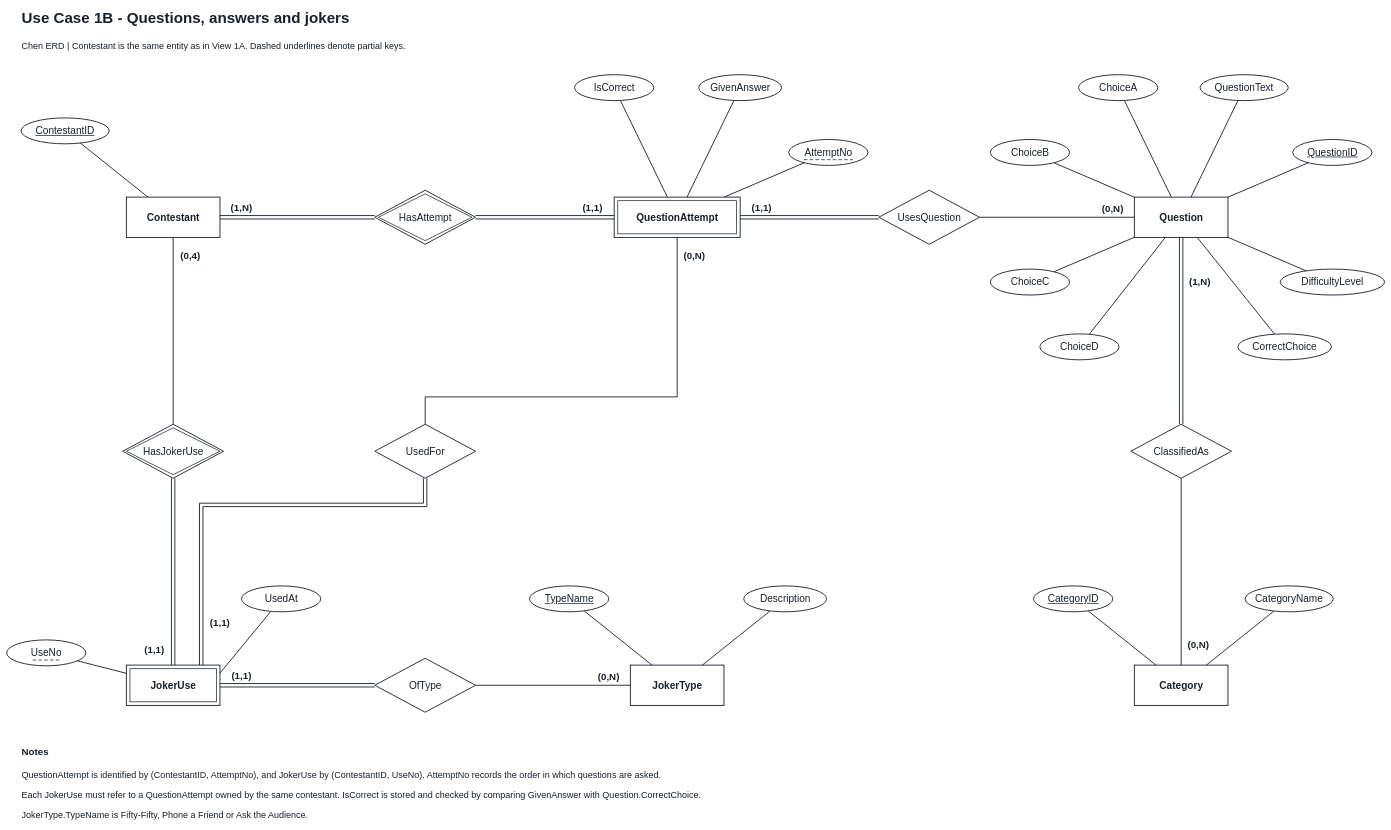
Above: page "Use Case 1B - Questions, answers and jokers" (2 of 8) of CNG351_Assignment1_Chen +gpt.drawio in Osmanita/cng-351-project-1 (draw.io), before the change. Source tidied: cells renumbered, new cells numbered last; positions are measured from the earlier drawing's top-left corner, leaving out a move shared by most shapes. Both pictures are drawn from the tidied source at 36%, with x=0, y=0 at pixel (6, 6).
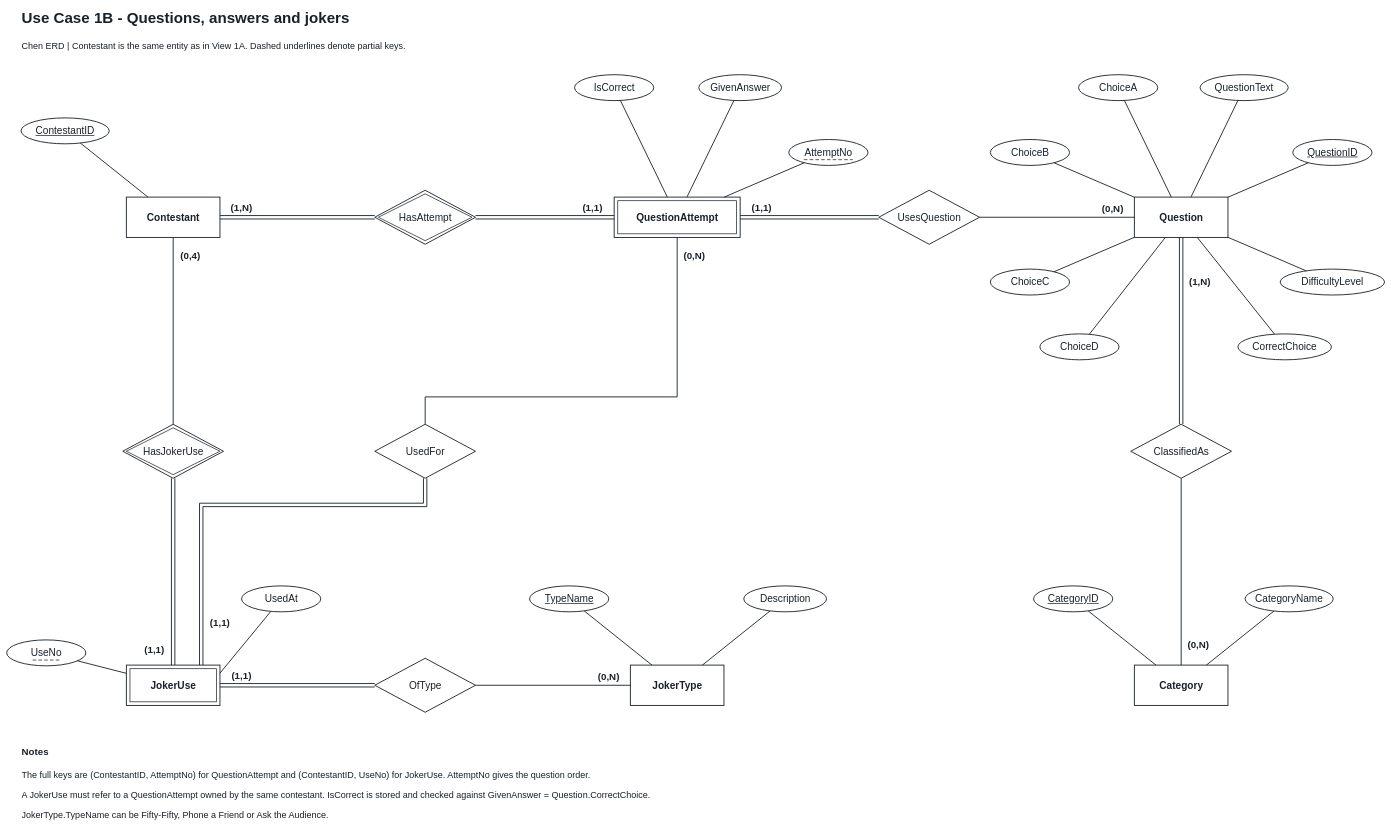
The same page after the edit.

Diff of the diagram source:
```diff
@@
-    <mxCell id="70" value="QuestionAttempt is identified by (ContestantID, AttemptNo), and JokerUse by (ContestantID, UseNo). AttemptNo records the order in which questions are asked." style="text;html=0;whiteSpace=wrap;overflow=hidden;align=left;verticalAlign=middle;fillColor=#ffffff;strokeColor=none;fontColor=#17212b;fontFamily=Arial;fontSize=25;" parent="1" vertex="1">
+    <mxCell id="70" value="The full keys are (ContestantID, AttemptNo) for QuestionAttempt and (ContestantID, UseNo) for JokerUse. AttemptNo gives the question order." style="text;html=0;whiteSpace=wrap;overflow=hidden;align=left;verticalAlign=middle;fillColor=#ffffff;strokeColor=none;fontColor=#17212b;fontFamily=Arial;fontSize=25;" parent="1" vertex="1">
       <mxGeometry x="40" y="2106" width="3788" height="55" as="geometry" />
     </mxCell>
-    <mxCell id="71" value="Each JokerUse must refer to a QuestionAttempt owned by the same contestant. IsCorrect is stored and checked by comparing GivenAnswer with Question.CorrectChoice." style="text;html=0;whiteSpace=wrap;overflow=hidden;align=left;verticalAlign=middle;fillColor=#ffffff;strokeColor=none;fontColor=#17212b;fontFamily=Arial;fontSize=25;" parent="1" vertex="1">
+    <mxCell id="71" value="A JokerUse must refer to a QuestionAttempt owned by the same contestant. IsCorrect is stored and checked against GivenAnswer = Question.CorrectChoice." style="text;html=0;whiteSpace=wrap;overflow=hidden;align=left;verticalAlign=middle;fillColor=#ffffff;strokeColor=none;fontColor=#17212b;fontFamily=Arial;fontSize=25;" parent="1" vertex="1">
       <mxGeometry x="40" y="2161" width="3788" height="55" as="geometry" />
     </mxCell>
-    <mxCell id="72" value="JokerType.TypeName is Fifty-Fifty, Phone a Friend or Ask the Audience." style="text;html=0;whiteSpace=wrap;overflow=hidden;align=left;verticalAlign=middle;fillColor=#ffffff;strokeColor=none;fontColor=#17212b;fontFamily=Arial;fontSize=25;" parent="1" vertex="1">
+    <mxCell id="72" value="JokerType.TypeName can be Fifty-Fifty, Phone a Friend or Ask the Audience." style="text;html=0;whiteSpace=wrap;overflow=hidden;align=left;verticalAlign=middle;fillColor=#ffffff;strokeColor=none;fontColor=#17212b;fontFamily=Arial;fontSize=25;" parent="1" vertex="1">
       <mxGeometry x="40" y="2216" width="3788" height="55" as="geometry" />
     </mxCell>
```
